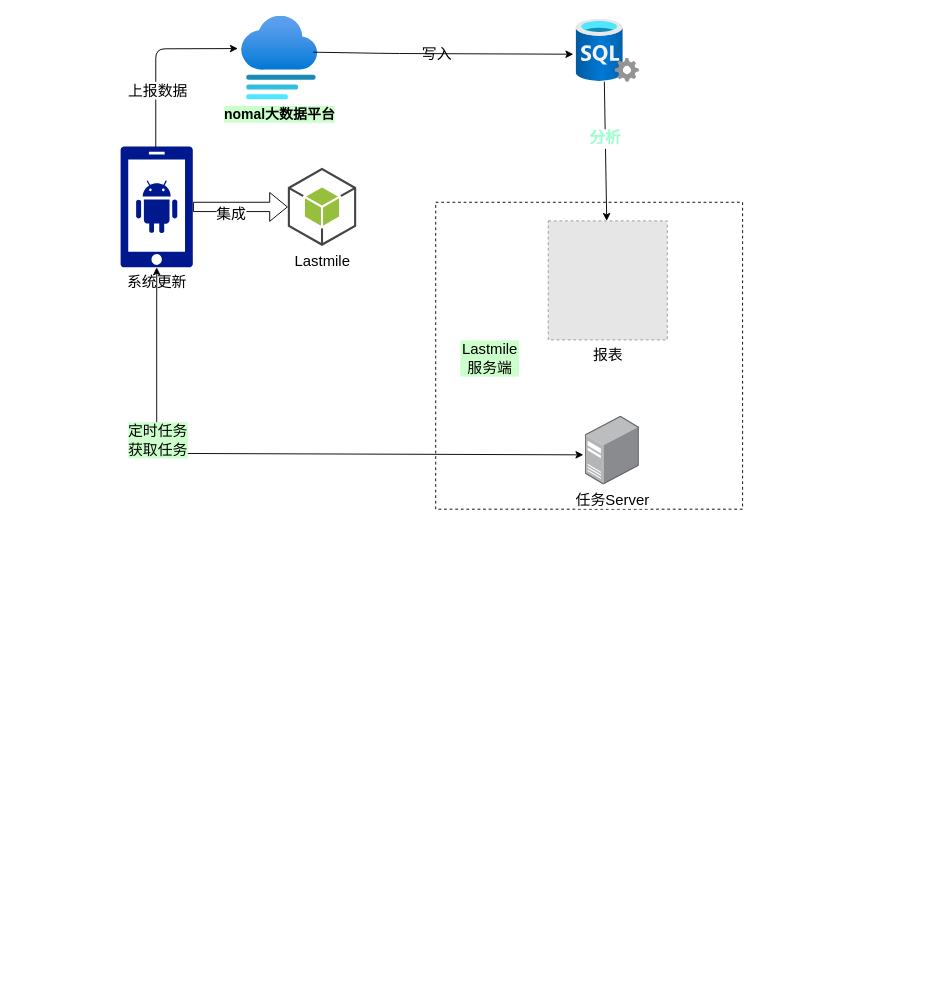
DogerRain/image keeps this draw.io diagram as Lastmile.drawio. Above is the earlier version. Source tidied: cells renumbered, new cells numbered last; positions are measured from the earlier drawing's top-left corner, leaving out a move shared by most shapes. Both pictures are drawn from the tidied source at 93%, with x=0, y=0 at pixel (120, 16). Pictures stored in the file or linked from it are replaced by grey dashed boxes.
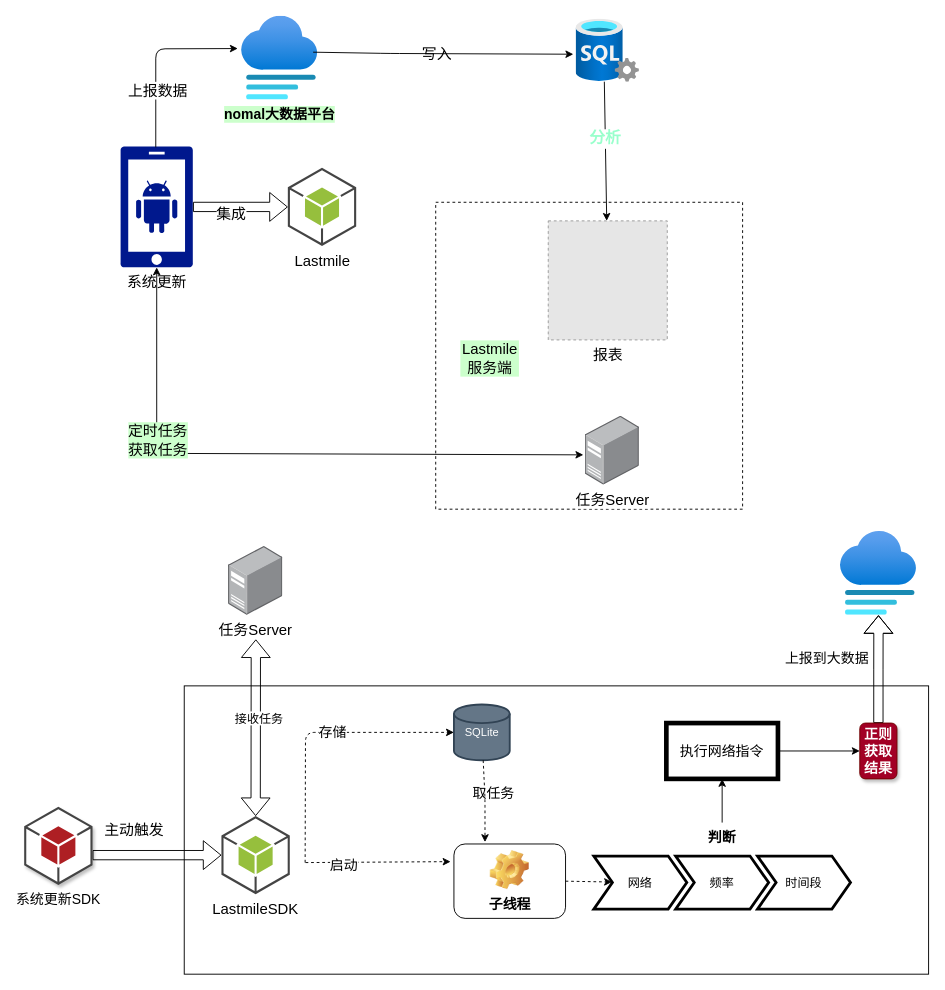
The same page after the edit.

Diff of the diagram source:
```diff
@@
+    <mxCell id="20" style="rounded=0;whiteSpace=wrap;html=1;" parent="1" vertex="1">
+      <mxGeometry x="68.6" y="720" width="800.4" height="310" as="geometry" />
+    </mxCell>
@@
+    <mxCell id="21" value="&lt;span style=&quot;font-size: 16px&quot;&gt;LastmileSDK&lt;/span&gt;" style="outlineConnect=0;dashed=0;verticalLabelPosition=bottom;verticalAlign=top;align=center;html=1;shape=mxgraph.aws3.android;fillColor=#96BF3D;gradientColor=none;" parent="1" vertex="1">
+      <mxGeometry x="108.6" y="860" width="73.5" height="84" as="geometry" />
+    </mxCell>
+    <mxCell id="22" style="shape=flexArrow;endArrow=classic;startArrow=classic;html=1;" parent="1" edge="1" source="21">
+      <mxGeometry relative="1" as="geometry">
+        <mxPoint x="145.6" y="670" as="targetPoint" />
+      </mxGeometry>
+    </mxCell>
+    <mxCell id="23" value="接收任务" style="edgeLabel;html=1;align=center;verticalAlign=middle;fontSize=13;" parent="22" vertex="1">
+      <mxGeometry x="0.12" y="-3" relative="1" as="geometry" />
+    </mxCell>
+    <mxCell id="24" value="SQLite" style="strokeWidth=2;html=1;shape=mxgraph.flowchart.database;whiteSpace=wrap;fillColor=#647687;strokeColor=#314354;fontColor=#ffffff;" parent="1" vertex="1">
+      <mxGeometry x="358.6" y="740" width="60" height="60" as="geometry" />
+    </mxCell>
+    <mxCell id="25" style="endArrow=classic;html=1;dashed=1;" parent="1" edge="1">
+      <mxGeometry relative="1" as="geometry">
+        <mxPoint x="198.6" y="910" as="sourcePoint" />
+        <mxPoint x="358.6" y="770" as="targetPoint" />
+        <Array as="points">
+          <mxPoint x="199" y="770" />
+        </Array>
+      </mxGeometry>
+    </mxCell>
+    <mxCell id="26" value="存储" style="edgeLabel;html=1;align=center;verticalAlign=middle;fontSize=15;" parent="25" vertex="1">
+      <mxGeometry x="0.13" y="1" relative="1" as="geometry" />
+    </mxCell>
+    <mxCell id="27" style="shape=flexArrow;endArrow=classic;html=1;" parent="1" edge="1" target="21">
+      <mxGeometry relative="1" as="geometry">
+        <mxPoint x="-30" y="902" as="sourcePoint" />
+      </mxGeometry>
+    </mxCell>
+    <mxCell id="28" value="任务Server" style="html=1;align=center;shadow=0;dashed=0;image;image=img/lib/allied_telesis/computer_and_terminals/Server_Desktop.svg;fontSize=16;" parent="1" vertex="1">
+      <mxGeometry x="116.2" y="570" width="58.4" height="74" as="geometry" />
+    </mxCell>
+    <mxCell id="29" style="endArrow=classic;html=1;dashed=1;fontSize=13;entryX=0;entryY=0.5;entryDx=0;entryDy=0;" parent="1" edge="1">
+      <mxGeometry relative="1" as="geometry">
+        <mxPoint x="199" y="910" as="sourcePoint" />
+        <mxPoint x="355" y="909" as="targetPoint" />
+      </mxGeometry>
+    </mxCell>
+    <mxCell id="30" value="启动" style="edgeLabel;html=1;align=center;verticalAlign=middle;fontSize=15;" parent="29" vertex="1">
+      <mxGeometry x="-0.49" y="-2" relative="1" as="geometry" />
+    </mxCell>
+    <mxCell id="31" style="endArrow=classic;html=1;dashed=1;fontSize=13;" parent="1" edge="1" source="24">
+      <mxGeometry relative="1" as="geometry">
+        <mxPoint x="392" y="888" as="targetPoint" />
+        <Array as="points">
+          <mxPoint x="392" y="840" />
+        </Array>
+      </mxGeometry>
+    </mxCell>
+    <mxCell id="32" value="取任务" style="text;html=1;strokeColor=none;fillColor=none;align=center;verticalAlign=middle;whiteSpace=wrap;rounded=0;fontSize=15;" parent="1" vertex="1">
+      <mxGeometry x="374" y="830" width="55" height="10" as="geometry" />
+    </mxCell>
+    <mxCell id="33" value="子线程" style="label;whiteSpace=wrap;html=1;align=center;verticalAlign=bottom;spacingLeft=0;spacingBottom=4;imageAlign=center;imageVerticalAlign=top;image=img/clipart/Gear_128x128.png;fontSize=15;" parent="1" vertex="1">
+      <mxGeometry x="358.6" y="890" width="120" height="80" as="geometry" />
+    </mxCell>
+    <mxCell id="34" value="判断" style="swimlane;horizontal=1;fillColor=none;strokeColor=none;stackBorder=10;align=center;fontColor=#000000;fontSize=15;" parent="1" vertex="1">
+      <mxGeometry x="499" y="870" width="296" height="100" as="geometry" />
+    </mxCell>
+    <mxCell id="35" value="网络" style="shape=step;perimeter=stepPerimeter;fixedSize=1;points=[];strokeWidth=3;fontSize=13;" parent="34" vertex="1">
+      <mxGeometry x="10" y="33" width="100" height="57" as="geometry" />
+    </mxCell>
+    <mxCell id="36" value="频率" style="shape=step;perimeter=stepPerimeter;fixedSize=1;strokeWidth=3;fontSize=13;" parent="34" vertex="1">
+      <mxGeometry x="98" y="33" width="100" height="57" as="geometry" />
+    </mxCell>
+    <mxCell id="37" value="时间段" style="shape=step;perimeter=stepPerimeter;fixedSize=1;strokeWidth=3;fontSize=13;" parent="34" vertex="1">
+      <mxGeometry x="186" y="33" width="100" height="57" as="geometry" />
+    </mxCell>
+    <mxCell id="38" style="endArrow=classic;html=1;dashed=1;fontSize=15;exitX=1;exitY=0.5;exitDx=0;exitDy=0;" parent="1" edge="1" source="33" target="35">
+      <mxGeometry relative="1" as="geometry" />
+    </mxCell>
+    <mxCell id="39" value="&lt;span style=&quot;background-color: rgb(255 , 255 , 255)&quot;&gt;上报到大数据&lt;/span&gt;" style="text;html=1;strokeColor=none;fillColor=none;align=center;verticalAlign=middle;whiteSpace=wrap;rounded=0;fontSize=15;strokeWidth=5;" parent="1" vertex="1">
+      <mxGeometry x="700" y="680" width="120" height="20" as="geometry" />
+    </mxCell>
+    <mxCell id="40" style="edgeStyle=orthogonalEdgeStyle;rounded=0;jettySize=auto;html=1;fontSize=15;" parent="1" edge="1" source="41" target="44">
+      <mxGeometry relative="1" as="geometry" />
+    </mxCell>
+    <mxCell id="41" value="执行网络指令" style="rounded=0;whiteSpace=wrap;html=1;fontSize=15;strokeWidth=5;" parent="1" vertex="1">
+      <mxGeometry x="587" y="760" width="120" height="60" as="geometry" />
+    </mxCell>
+    <mxCell id="42" style="endArrow=classic;html=1;fontSize=15;entryX=0.5;entryY=1;entryDx=0;entryDy=0;" parent="1" edge="1" target="41">
+      <mxGeometry relative="1" as="geometry">
+        <mxPoint x="647" y="867" as="sourcePoint" />
+      </mxGeometry>
+    </mxCell>
+    <mxCell id="43" style="edgeStyle=orthogonalEdgeStyle;rounded=0;jettySize=auto;html=1;exitX=0.5;exitY=0;exitDx=0;exitDy=0;fontSize=15;shape=flexArrow;" parent="1" edge="1" source="44" target="46">
+      <mxGeometry relative="1" as="geometry" />
+    </mxCell>
+    <mxCell id="44" value="正则获取结果" style="text;html=1;fillColor=#a20025;align=center;verticalAlign=middle;whiteSpace=wrap;rounded=1;fontSize=15;strokeColor=#6F0000;shadow=1;fontColor=#ffffff;fontStyle=1;" parent="1" vertex="1">
+      <mxGeometry x="795" y="760" width="40" height="60" as="geometry" />
+    </mxCell>
+    <mxCell id="45" value="&lt;span style=&quot;background-color: rgb(255 , 255 , 255)&quot;&gt;&lt;font style=&quot;font-size: 16px&quot;&gt;主动触发&lt;/font&gt;&lt;/span&gt;" style="text;html=1;strokeColor=none;fillColor=none;align=center;verticalAlign=middle;whiteSpace=wrap;rounded=0;shadow=1;fontSize=15;" parent="1" vertex="1">
+      <mxGeometry x="-30" y="865" width="90" height="20" as="geometry" />
+    </mxCell>
+    <mxCell id="46" style="html=1;points=[];align=center;image;fontSize=12;image=img/lib/azure2/general/Website_Staging.svg;labelBackgroundColor=#CCFFCC;fontColor=#99FFCC;" parent="1" vertex="1">
+      <mxGeometry x="773.9" y="554" width="82.3" height="90" as="geometry" />
+    </mxCell>
+    <mxCell id="47" value="系统更新SDK" style="dashed=0;verticalLabelPosition=bottom;verticalAlign=top;align=center;html=1;shape=mxgraph.aws3.android;fillColor=#AE1F23;gradientColor=none;rounded=1;shadow=1;fontSize=15;strokeColor=#000000;strokeWidth=9;" parent="1" vertex="1">
+      <mxGeometry x="-103.5" y="850" width="73.5" height="84" as="geometry" />
+    </mxCell>
```
